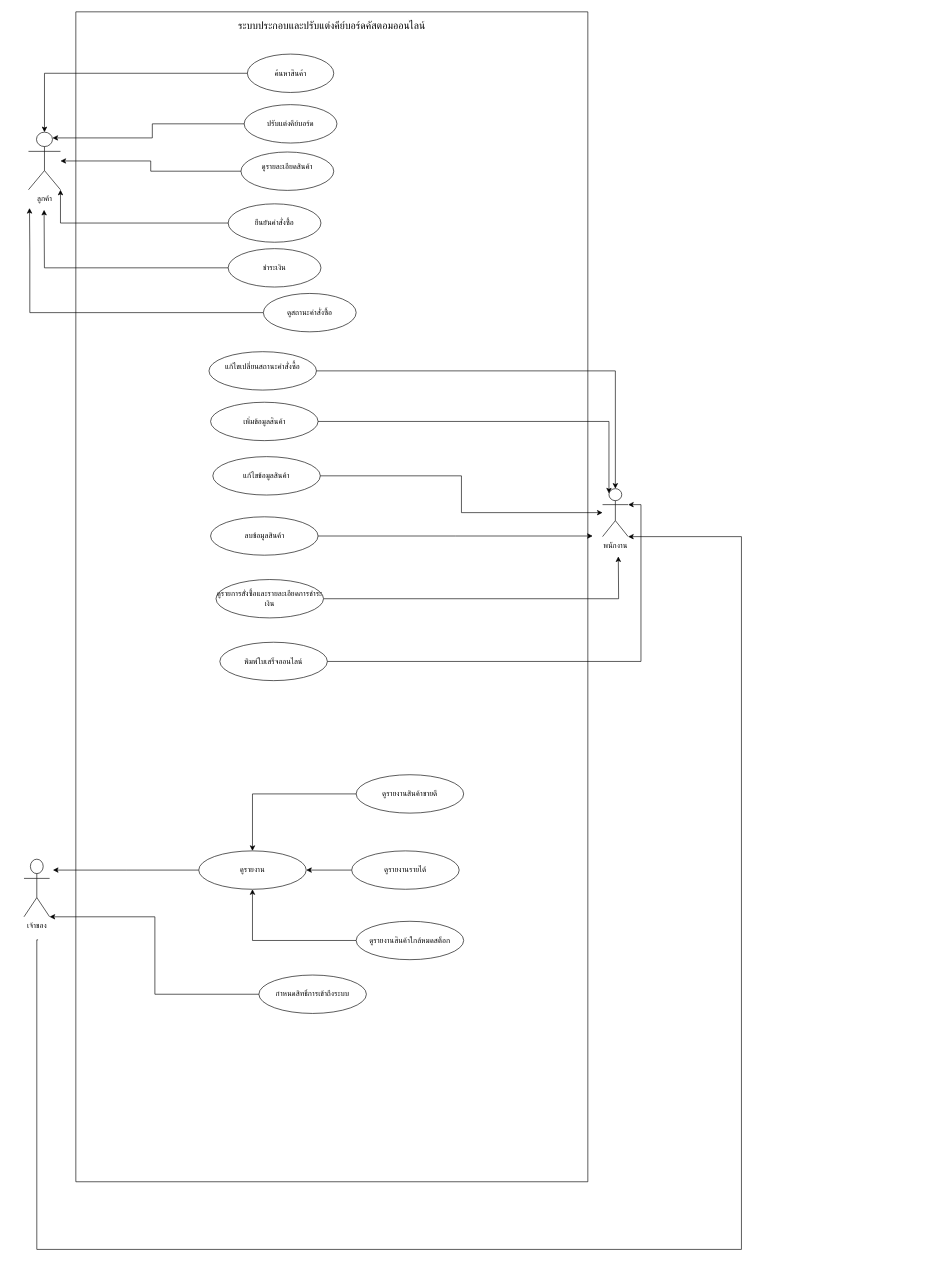
The draw.io diagram Diagram/KeyCraft-UseCaseDiagram.drawio in Natthapong-boy/Custom-Keyboard-WebApp, before the edit. Source tidied: cells renumbered, new cells numbered last; positions are measured from the earlier drawing's top-left corner, leaving out a move shared by most shapes. Both pictures are drawn from the tidied source at 64%, with x=0, y=0 at pixel (24, 12).
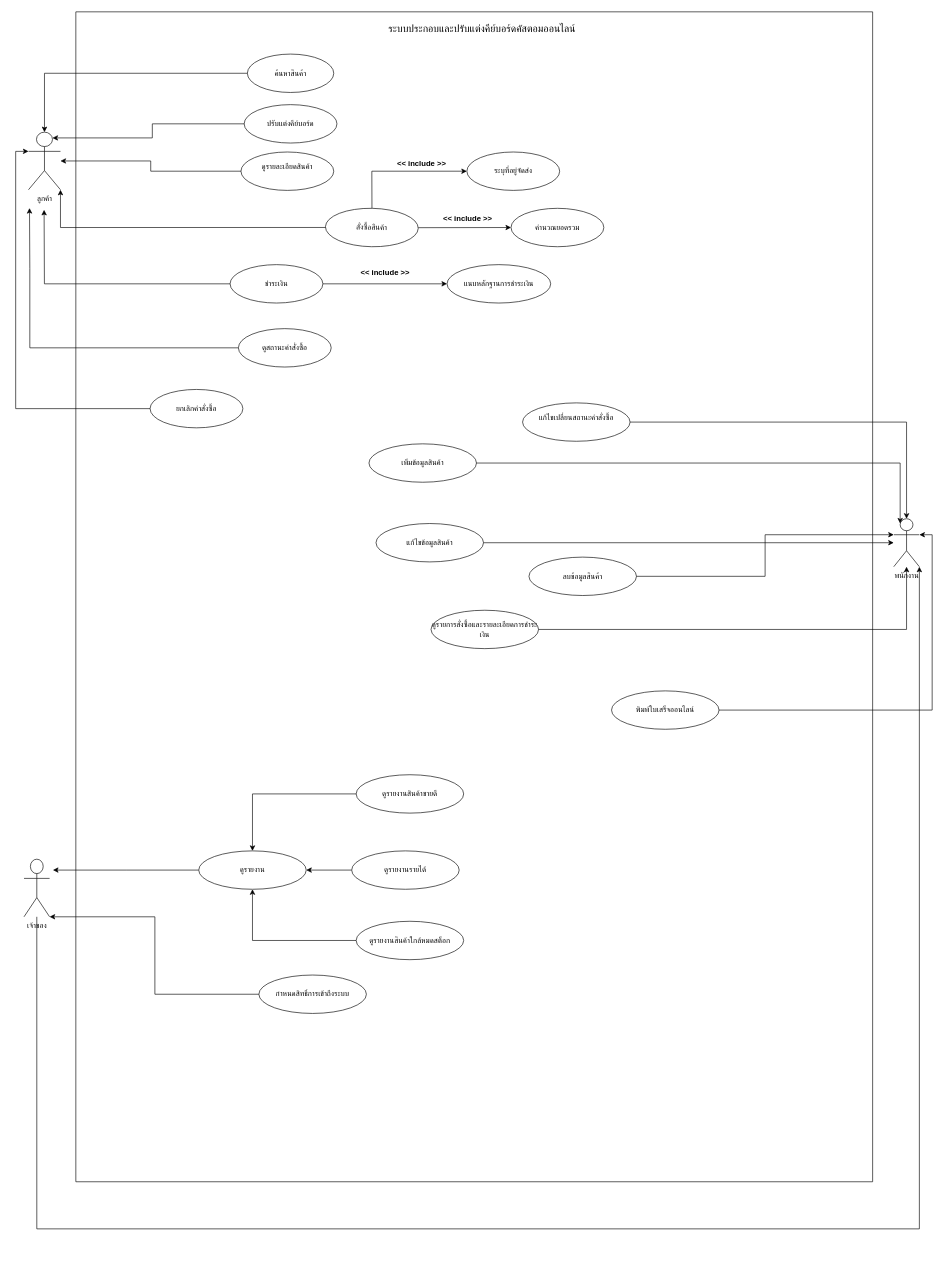
The same page after the edit.

The change refers to these unchanged cells:
```xml
<mxCell id="28" value="ลูกค้า" style="shape=umlActor;verticalLabelPosition=bottom;verticalAlign=top;html=1;outlineConnect=0;" parent="2" vertex="1">
  <mxGeometry x="-74" y="188" width="50" height="90" as="geometry" />
</mxCell>
<mxCell id="34" value="เจ้าของ" style="shape=umlActor;verticalLabelPosition=bottom;verticalAlign=top;html=1;outlineConnect=0;" parent="1" vertex="1">
  <mxGeometry y="1324" width="40" height="90" as="geometry" />
</mxCell>
```

The edit, as a diff of the source:
```diff
@@
     <mxCell id="2" style="swimlane;startSize=0;" parent="1" vertex="1">
-      <mxGeometry x="81" width="800" height="1828" as="geometry" />
+      <mxGeometry x="81" width="1245" height="1828" as="geometry" />
     </mxCell>
     <mxCell id="3" value="&lt;div&gt;&lt;font style=&quot;font-size: 18px;&quot;&gt;&lt;span&gt;&lt;/span&gt;&lt;/font&gt;&lt;div&gt;&lt;div style=&quot;line-height: 1.4; direction: ltr; letter-spacing: 0em;&quot;&gt;&lt;p style=&quot;&quot;&gt;&lt;font size=&quot;3&quot;&gt;ระบบประกอบและปรับแต่งคีย์บอร์ดคัสตอมออนไลน์&lt;/font&gt;&lt;/p&gt;&lt;/div&gt;&lt;/div&gt;&lt;/div&gt;" style="text;html=1;whiteSpace=wrap;strokeColor=none;fillColor=none;align=center;verticalAlign=middle;rounded=0;" parent="2" vertex="1">
-      <mxGeometry x="215" y="17" width="370" height="10" as="geometry" />
+      <mxGeometry x="450" y="22" width="370" height="10" as="geometry" />
     </mxCell>
@@
     <mxCell id="12" value="แก้ไขเปลี่ยนสถานะคำสั่งซื้อ&lt;div&gt;&lt;br&gt;&lt;/div&gt;" style="ellipse;whiteSpace=wrap;html=1;shapeInside=1;" parent="2" vertex="1">
-      <mxGeometry x="208" y="531" width="168" height="60" as="geometry" />
+      <mxGeometry x="698" y="611" width="168" height="60" as="geometry" />
     </mxCell>
     <mxCell id="13" value="&lt;div&gt;เพิ่มข้อมูลสินค้า&lt;/div&gt;" style="ellipse;whiteSpace=wrap;html=1;shapeInside=1;" parent="2" vertex="1">
-      <mxGeometry x="210.5" y="610" width="168" height="60" as="geometry" />
+      <mxGeometry x="458" y="675" width="168" height="60" as="geometry" />
     </mxCell>
     <mxCell id="14" value="แก้ไขข้อมูลสินค้า" style="ellipse;whiteSpace=wrap;html=1;shapeInside=1;" parent="2" vertex="1">
-      <mxGeometry x="214" y="695" width="168" height="60" as="geometry" />
+      <mxGeometry x="469" y="799.5" width="168" height="60" as="geometry" />
     </mxCell>
-    <mxCell id="15" style="edgeStyle=orthogonalEdgeStyle;rounded=0;jettySize=auto;html=1;" parent="2" edge="1" source="16">
-      <mxGeometry relative="1" as="geometry">
-        <mxPoint x="807.6" y="819" as="targetPoint" />
-      </mxGeometry>
-    </mxCell>
     <mxCell id="16" value="ลบข้อมูลสินค้า" style="ellipse;whiteSpace=wrap;html=1;shapeInside=1;" parent="2" vertex="1">
-      <mxGeometry x="210.5" y="789" width="168" height="60" as="geometry" />
+      <mxGeometry x="708" y="852" width="168" height="60" as="geometry" />
     </mxCell>
-    <mxCell id="17" style="edgeStyle=orthogonalEdgeStyle;rounded=0;jettySize=auto;html=1;" parent="2" edge="1" source="18">
-      <mxGeometry relative="1" as="geometry">
-        <mxPoint x="847.6" y="850.9" as="targetPoint" />
-      </mxGeometry>
-    </mxCell>
     <mxCell id="18" value="ดูรายการสั่งซื้อและรายละเอียดการชำระเงิน" style="ellipse;whiteSpace=wrap;html=1;shapeInside=1;" parent="2" vertex="1">
-      <mxGeometry x="219" y="887" width="168" height="60" as="geometry" />
+      <mxGeometry x="555" y="935" width="168" height="60" as="geometry" />
     </mxCell>
     <mxCell id="19" value="พิมพ์ใบเสร็จออนไลน์" style="ellipse;whiteSpace=wrap;html=1;shapeInside=1;" parent="2" vertex="1">
-      <mxGeometry x="225" y="985" width="168" height="60" as="geometry" />
+      <mxGeometry x="837" y="1061" width="168" height="60" as="geometry" />
     </mxCell>
@@
+    <mxCell id="42" style="edgeStyle=orthogonalEdgeStyle;rounded=0;jettySize=auto;html=1;entryX=0;entryY=0.5;entryDx=0;entryDy=0;" parent="2" edge="1" source="23" target="47">
+      <mxGeometry relative="1" as="geometry" />
+    </mxCell>
+    <mxCell id="43" style="edgeStyle=orthogonalEdgeStyle;rounded=0;jettySize=auto;html=1;entryX=0;entryY=0.5;entryDx=0;entryDy=0;" parent="2" edge="1" source="23" target="49">
+      <mxGeometry relative="1" as="geometry">
+        <Array as="points">
+          <mxPoint x="462.5" y="249" />
+        </Array>
+      </mxGeometry>
+    </mxCell>
-    <mxCell id="23" value="&lt;div&gt;ยืนยันคำสั่งซื้อ&lt;/div&gt;" style="ellipse;whiteSpace=wrap;html=1;shapeInside=1;" parent="2" vertex="1">
-      <mxGeometry x="238" y="300" width="145" height="60" as="geometry" />
+    <mxCell id="23" value="สั่งซื้อสินค้า" style="ellipse;whiteSpace=wrap;html=1;shapeInside=1;rotation=1;" parent="2" vertex="1">
+      <mxGeometry x="390" y="307" width="145" height="60" as="geometry" />
     </mxCell>
@@
+    <mxCell id="44" style="edgeStyle=orthogonalEdgeStyle;rounded=0;jettySize=auto;html=1;entryX=0;entryY=0.5;entryDx=0;entryDy=0;" parent="2" edge="1" source="25" target="45">
+      <mxGeometry relative="1" as="geometry" />
+    </mxCell>
     <mxCell id="25" value="ชำระเงิน" style="ellipse;whiteSpace=wrap;html=1;shapeInside=1;" parent="2" vertex="1">
-      <mxGeometry x="238" y="370" width="145" height="60" as="geometry" />
+      <mxGeometry x="241" y="395" width="145" height="60" as="geometry" />
     </mxCell>
@@
     <mxCell id="27" value="&lt;div&gt;ดูสถานะคำสั่งซื้อ&lt;/div&gt;" style="ellipse;whiteSpace=wrap;html=1;shapeInside=1;" parent="2" vertex="1">
-      <mxGeometry x="293" y="440" width="145" height="60" as="geometry" />
+      <mxGeometry x="254" y="495" width="145" height="60" as="geometry" />
     </mxCell>
@@
+    <mxCell id="45" value="แนบหลักฐานการชำระเงิน" style="ellipse;whiteSpace=wrap;html=1;shapeInside=1;" parent="2" vertex="1">
+      <mxGeometry x="580" y="395" width="162" height="60" as="geometry" />
+    </mxCell>
+    <mxCell id="46" value="&amp;lt;&amp;lt; include &amp;gt;&amp;gt;" style="text;align=center;fontStyle=1;verticalAlign=middle;spacingLeft=3;spacingRight=3;strokeColor=none;html=1;" parent="2" vertex="1">
+      <mxGeometry x="443" y="395" width="80" height="26" as="geometry" />
+    </mxCell>
+    <mxCell id="47" value="คำนวณยอดรวม" style="ellipse;whiteSpace=wrap;html=1;shapeInside=1;" parent="2" vertex="1">
+      <mxGeometry x="680" y="307" width="145" height="60" as="geometry" />
+    </mxCell>
+    <mxCell id="48" value="&amp;lt;&amp;lt; include &amp;gt;&amp;gt;" style="text;align=center;fontStyle=1;verticalAlign=middle;spacingLeft=3;spacingRight=3;strokeColor=none;html=1;" parent="2" vertex="1">
+      <mxGeometry x="572" y="311" width="80" height="26" as="geometry" />
+    </mxCell>
+    <mxCell id="49" value="ระบุที่อยู่จัดส่ง" style="ellipse;whiteSpace=wrap;html=1;shapeInside=1;" parent="2" vertex="1">
+      <mxGeometry x="611" y="219" width="145" height="60" as="geometry" />
+    </mxCell>
+    <mxCell id="50" value="&amp;lt;&amp;lt; include &amp;gt;&amp;gt;" style="text;align=center;fontStyle=1;verticalAlign=middle;spacingLeft=3;spacingRight=3;strokeColor=none;html=1;" parent="2" vertex="1">
+      <mxGeometry x="500" y="224" width="80" height="26" as="geometry" />
+    </mxCell>
+    <mxCell id="51" value="ยกเลิกคำสั่งซื้อ" style="ellipse;whiteSpace=wrap;html=1;shapeInside=1;" parent="2" vertex="1">
+      <mxGeometry x="116" y="590" width="145" height="60" as="geometry" />
+    </mxCell>
+    <mxCell id="52" style="edgeStyle=orthogonalEdgeStyle;rounded=0;jettySize=auto;html=1;entryX=0;entryY=0.3333333333333333;entryDx=0;entryDy=0;entryPerimeter=0;" parent="2" edge="1" source="51" target="28">
+      <mxGeometry relative="1" as="geometry" />
+    </mxCell>
@@
     <mxCell id="35" value="พนักงาน" style="shape=umlActor;verticalLabelPosition=bottom;verticalAlign=top;html=1;outlineConnect=0;" parent="1" vertex="1">
-      <mxGeometry x="904" y="745" width="40" height="75" as="geometry" />
+      <mxGeometry x="1359" y="792" width="40" height="75" as="geometry" />
     </mxCell>
@@
-    <mxCell id="40" style="edgeStyle=orthogonalEdgeStyle;rounded=0;jettySize=auto;html=1;entryX=1;entryY=1;entryDx=0;entryDy=0;entryPerimeter=0;" parent="1" edge="1" target="35">
-      <mxGeometry relative="1" as="geometry">
-        <mxPoint x="22" y="1450" as="sourcePoint" />
-        <Array as="points">
-          <mxPoint x="20" y="1933.7" />
-          <mxPoint x="1121" y="1933.7" />
-          <mxPoint x="1121" y="820" />
-        </Array>
-      </mxGeometry>
-    </mxCell>
@@
+    <mxCell id="15" style="edgeStyle=orthogonalEdgeStyle;rounded=0;jettySize=auto;html=1;entryX=0;entryY=0.3333333333333333;entryDx=0;entryDy=0;entryPerimeter=0;" parent="1" edge="1" source="16" target="35">
+      <mxGeometry x="-0.52" relative="1" as="geometry" />
+    </mxCell>
+    <mxCell id="17" style="edgeStyle=orthogonalEdgeStyle;rounded=0;jettySize=auto;html=1;" parent="1" edge="1" source="18" target="35">
+      <mxGeometry x="-0.45" relative="1" as="geometry" />
+    </mxCell>
+    <mxCell id="53" style="edgeStyle=orthogonalEdgeStyle;rounded=0;jettySize=auto;html=1;entryX=1;entryY=1;entryDx=0;entryDy=0;entryPerimeter=0;" parent="1" edge="1" source="34" target="35">
+      <mxGeometry relative="1" as="geometry">
+        <Array as="points">
+          <mxPoint x="20" y="1901.6" />
+          <mxPoint x="1399" y="1901.6" />
+        </Array>
+      </mxGeometry>
+    </mxCell>
```
